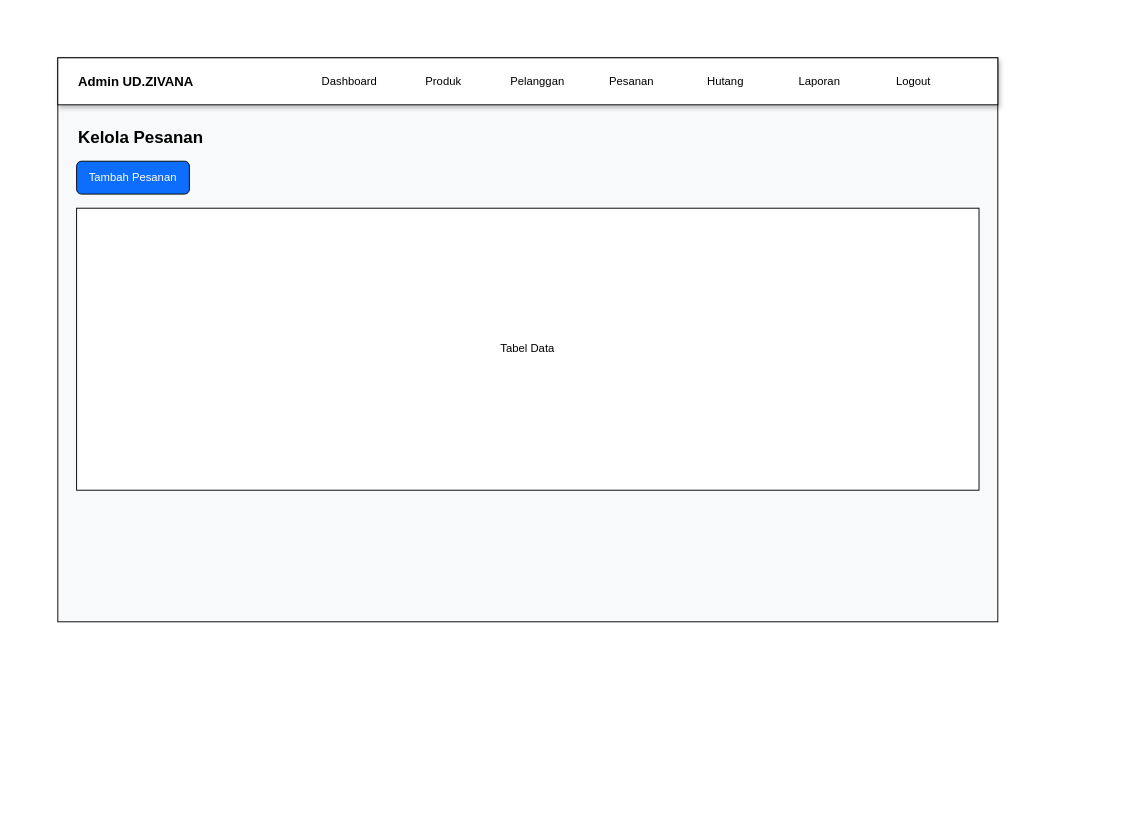
Above: diagram/desain/admin/pesanan.drawio in RajaSunrise/ud_zivana (draw.io), before the change. Source tidied: cells renumbered, new cells numbered last; positions are measured from the earlier drawing's top-left corner, leaving out a move shared by most shapes. Both pictures are drawn from the tidied source at 94%, with x=0, y=0 at pixel (57, 57).
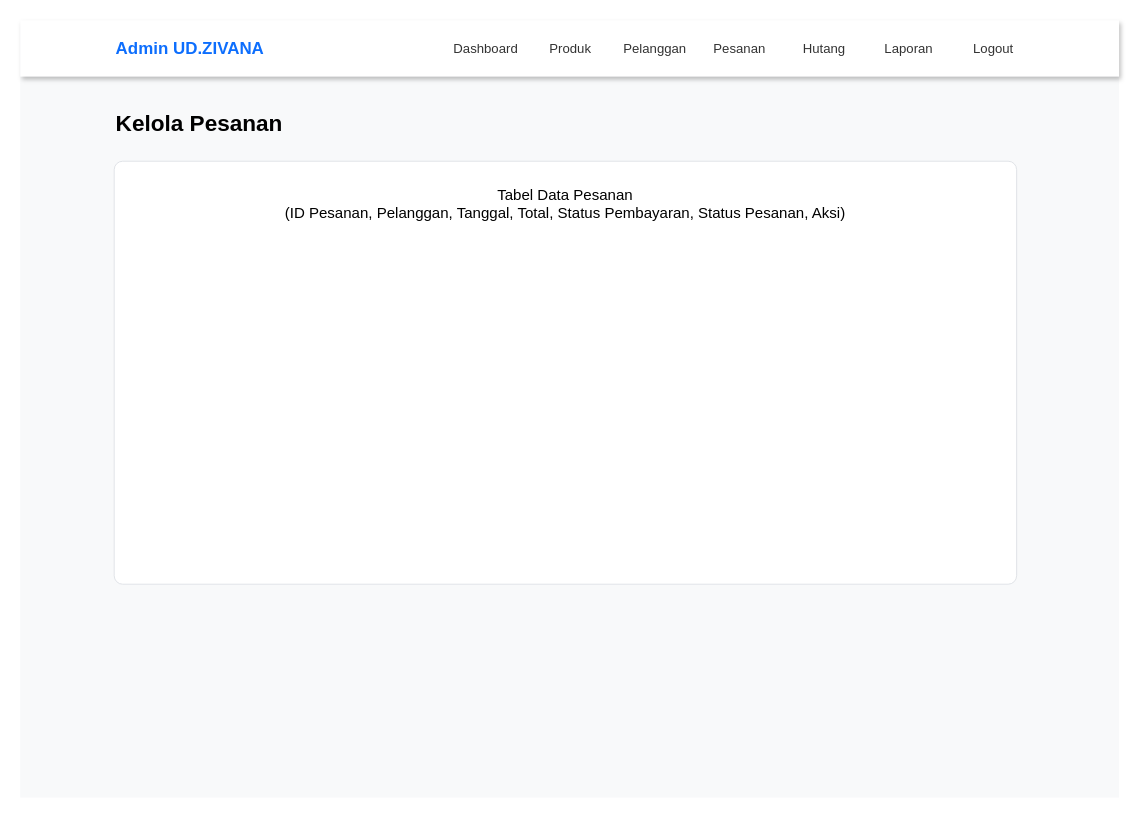
The same page after the edit.

The edit, as a diff of the source:
```diff
@@
 <mxGraphModel>
   <root>
     <mxCell id="0" />
     <mxCell id="1" parent="0" />
-    <mxCell id="2" style="rounded=0;whiteSpace=wrap;html=1;fillColor=#f8f9fa;" parent="1" vertex="1">
-      <mxGeometry width="1000" height="600" as="geometry" />
+    <mxCell id="2" style="rounded=0;whiteSpace=wrap;html=1;fillColor=#f8f9fa;strokeColor=none;" parent="1" vertex="1">
+      <mxGeometry x="-40" y="-40" width="1169" height="827" as="geometry" />
     </mxCell>
-    <mxCell id="3" style="rounded=0;whiteSpace=wrap;html=1;fillColor=#ffffff;shadow=1;" parent="1" vertex="1">
-      <mxGeometry width="1000" height="50" as="geometry" />
-    </mxCell>
+    <mxCell id="15" style="rounded=0;whiteSpace=wrap;html=1;fillColor=#ffffff;shadow=1;strokeColor=none;" parent="1" vertex="1">
+      <mxGeometry x="-40" y="-40" width="1169" height="60" as="geometry" />
+    </mxCell>
-    <mxCell id="4" value="Admin UD.ZIVANA" style="text;html=1;strokeColor=none;fillColor=none;align=left;verticalAlign=middle;fontStyle=1;fontSize=14;" parent="1" vertex="1">
-      <mxGeometry x="20" width="200" height="50" as="geometry" />
+    <mxCell id="4" value="Admin UD.ZIVANA" style="text;html=1;strokeColor=none;fillColor=none;align=left;verticalAlign=middle;fontStyle=1;fontSize=18;fontColor=#0d6efd;" parent="1" vertex="1">
+      <mxGeometry x="60" y="-30" width="200" height="40" as="geometry" />
     </mxCell>
-    <mxCell id="5" value="Dashboard" style="text;html=1;strokeColor=none;fillColor=none;align=center;verticalAlign=middle;" parent="1" vertex="1">
-      <mxGeometry x="260" width="100" height="50" as="geometry" />
+    <mxCell id="5" value="Dashboard" style="text;html=1;strokeColor=none;fillColor=none;align=center;verticalAlign=middle;fontSize=14;fontColor=#333333;" parent="1" vertex="1">
+      <mxGeometry x="410" y="-30" width="90" height="40" as="geometry" />
     </mxCell>
-    <mxCell id="6" value="Produk" style="text;html=1;strokeColor=none;fillColor=none;align=center;verticalAlign=middle;" parent="1" vertex="1">
-      <mxGeometry x="360" width="100" height="50" as="geometry" />
+    <mxCell id="6" value="Produk" style="text;html=1;strokeColor=none;fillColor=none;align=center;verticalAlign=middle;fontSize=14;fontColor=#333333;" parent="1" vertex="1">
+      <mxGeometry x="500" y="-30" width="90" height="40" as="geometry" />
     </mxCell>
-    <mxCell id="7" value="Pelanggan" style="text;html=1;strokeColor=none;fillColor=none;align=center;verticalAlign=middle;" parent="1" vertex="1">
-      <mxGeometry x="460" width="100" height="50" as="geometry" />
+    <mxCell id="7" value="Pelanggan" style="text;html=1;strokeColor=none;fillColor=none;align=center;verticalAlign=middle;fontSize=14;fontColor=#333333;" parent="1" vertex="1">
+      <mxGeometry x="590" y="-30" width="90" height="40" as="geometry" />
     </mxCell>
-    <mxCell id="8" value="Pesanan" style="text;html=1;strokeColor=none;fillColor=none;align=center;verticalAlign=middle;" parent="1" vertex="1">
-      <mxGeometry x="560" width="100" height="50" as="geometry" />
+    <mxCell id="8" value="Pesanan" style="text;html=1;strokeColor=none;fillColor=none;align=center;verticalAlign=middle;fontSize=14;fontColor=#333333;" parent="1" vertex="1">
+      <mxGeometry x="680" y="-30" width="90" height="40" as="geometry" />
     </mxCell>
-    <mxCell id="9" value="Hutang" style="text;html=1;strokeColor=none;fillColor=none;align=center;verticalAlign=middle;" parent="1" vertex="1">
-      <mxGeometry x="660" width="100" height="50" as="geometry" />
+    <mxCell id="9" value="Hutang" style="text;html=1;strokeColor=none;fillColor=none;align=center;verticalAlign=middle;fontSize=14;fontColor=#333333;" parent="1" vertex="1">
+      <mxGeometry x="770" y="-30" width="90" height="40" as="geometry" />
     </mxCell>
-    <mxCell id="10" value="Laporan" style="text;html=1;strokeColor=none;fillColor=none;align=center;verticalAlign=middle;" parent="1" vertex="1">
-      <mxGeometry x="760" width="100" height="50" as="geometry" />
+    <mxCell id="10" value="Laporan" style="text;html=1;strokeColor=none;fillColor=none;align=center;verticalAlign=middle;fontSize=14;fontColor=#333333;" parent="1" vertex="1">
+      <mxGeometry x="860" y="-30" width="90" height="40" as="geometry" />
     </mxCell>
-    <mxCell id="11" value="Logout" style="text;html=1;strokeColor=none;fillColor=none;align=center;verticalAlign=middle;" parent="1" vertex="1">
-      <mxGeometry x="860" width="100" height="50" as="geometry" />
+    <mxCell id="11" value="Logout" style="text;html=1;strokeColor=none;fillColor=none;align=center;verticalAlign=middle;fontSize=14;fontColor=#333333;" parent="1" vertex="1">
+      <mxGeometry x="950" y="-30" width="90" height="40" as="geometry" />
     </mxCell>
-    <mxCell id="12" value="Kelola Pesanan" style="text;html=1;strokeColor=none;fillColor=none;align=left;verticalAlign=middle;fontSize=18;fontStyle=1;" parent="1" vertex="1">
-      <mxGeometry x="20" y="70" width="300" height="30" as="geometry" />
+    <mxCell id="12" value="Kelola Pesanan" style="text;html=1;strokeColor=none;fillColor=none;align=left;verticalAlign=middle;fontSize=24;fontStyle=1;" parent="1" vertex="1">
+      <mxGeometry x="60" y="50" width="300" height="40" as="geometry" />
     </mxCell>
-    <mxCell id="13" value="Tambah Pesanan" style="rounded=1;whiteSpace=wrap;html=1;fillColor=#0d6efd;fontColor=#ffffff;" parent="1" vertex="1">
-      <mxGeometry x="20" y="110" width="120" height="35" as="geometry" />
-    </mxCell>
-    <mxCell id="14" value="Tabel Data" style="rounded=0;whiteSpace=wrap;html=1;align=center;verticalAlign=middle;" parent="1" vertex="1">
-      <mxGeometry x="20" y="160" width="960" height="300" as="geometry" />
+    <mxCell id="14" value="Tabel Data Pesanan&#10;(ID Pesanan, Pelanggan, Tanggal, Total, Status Pembayaran, Status Pesanan, Aksi)" style="rounded=1;arcSize=2;whiteSpace=wrap;html=1;fillColor=#ffffff;strokeColor=#dee2e6;align=center;verticalAlign=top;spacingTop=20;fontSize=16;" parent="1" vertex="1">
+      <mxGeometry x="60" y="110" width="960" height="450" as="geometry" />
     </mxCell>
   </root>
 </mxGraphModel>
```
